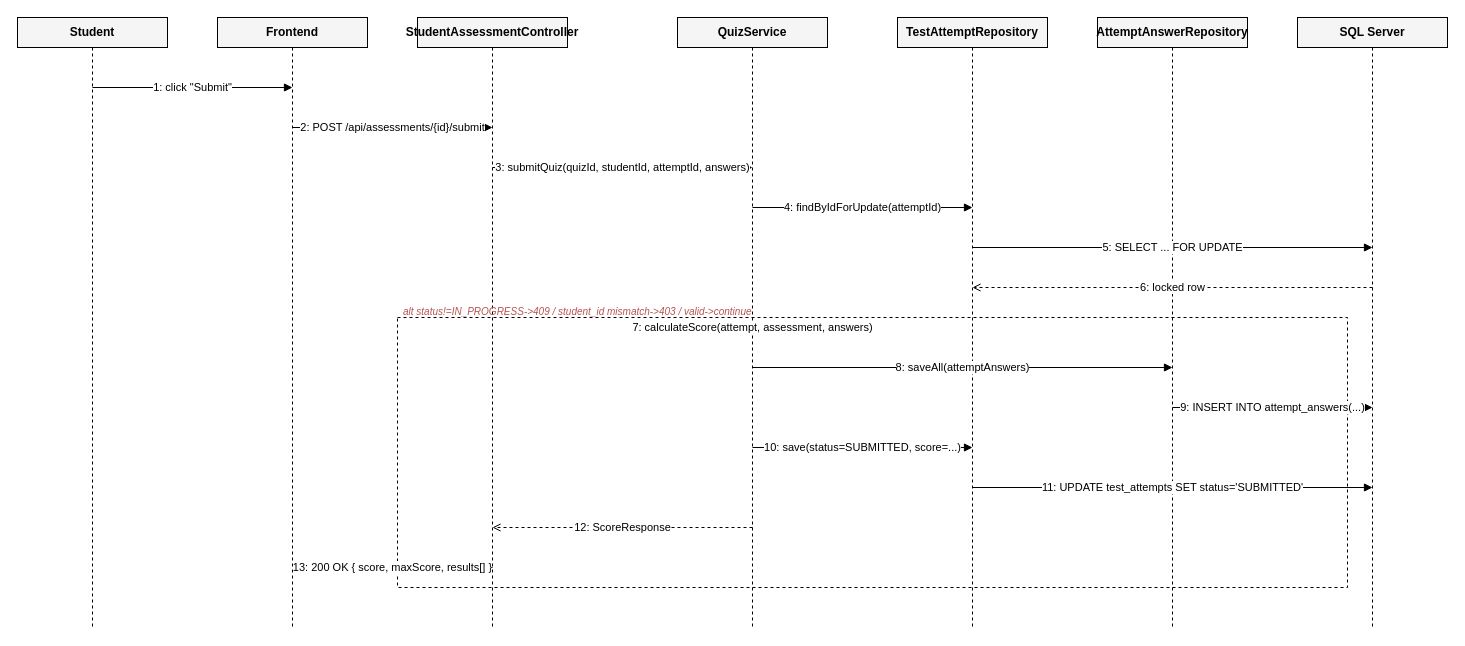
This is docs/07-Release-Documents/diagrams/sds/seq-quiz.drawio from hung02042005/Japanese-Skill-Practice-Platform, a draw.io file, before an edit. Source tidied: cells renumbered, new cells numbered last; positions are measured from the earlier drawing's top-left corner, leaving out a move shared by most shapes. Both pictures are drawn from the tidied source at 100%, with x=0, y=0 at pixel (17, 17).
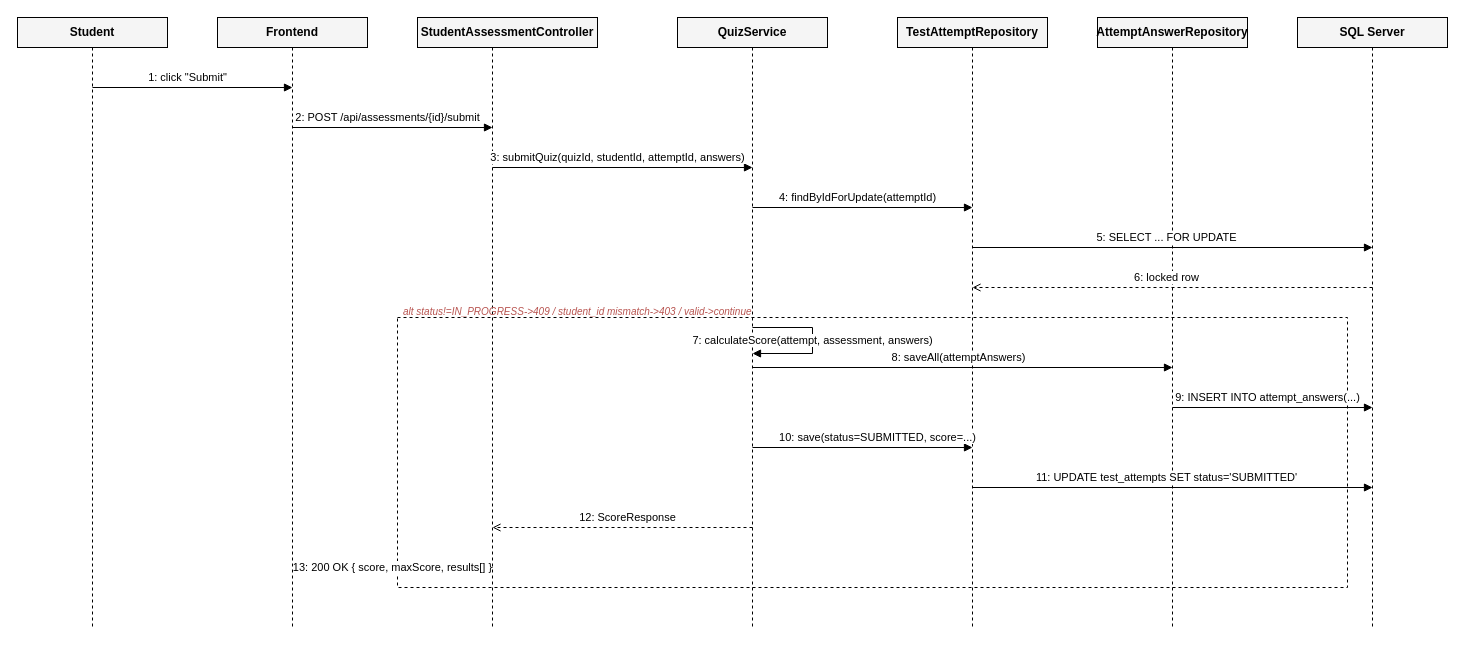
After the change.

Diff of the diagram source:
```diff
@@
     <mxCell id="6" value="StudentAssessmentController" style="rounded=0;whiteSpace=wrap;html=1;fillColor=#f5f5f5;fontStyle=1;" parent="1" vertex="1">
-      <mxGeometry x="400" width="150" height="30" as="geometry" />
+      <mxGeometry x="400" width="180" height="30" as="geometry" />
     </mxCell>
@@
     <mxCell id="18" value="1: click &quot;Submit&quot;" style="html=1;endArrow=block;fontSize=11;" parent="1" edge="1">
-      <mxGeometry relative="1" as="geometry">
+      <mxGeometry x="-0.05" y="10" relative="1" as="geometry">
         <mxPoint x="75" y="70" as="sourcePoint" />
         <mxPoint x="275" y="70" as="targetPoint" />
       </mxGeometry>
     </mxCell>
     <mxCell id="19" value="2: POST /api/assessments/{id}/submit" style="html=1;endArrow=block;fontSize=11;" parent="1" edge="1">
-      <mxGeometry relative="1" as="geometry">
+      <mxGeometry x="-0.05" y="10" relative="1" as="geometry">
         <mxPoint x="275" y="110" as="sourcePoint" />
         <mxPoint x="475" y="110" as="targetPoint" />
       </mxGeometry>
     </mxCell>
     <mxCell id="20" value="3: submitQuiz(quizId, studentId, attemptId, answers)" style="html=1;endArrow=block;fontSize=11;" parent="1" edge="1">
-      <mxGeometry relative="1" as="geometry">
+      <mxGeometry x="-0.04" y="10" relative="1" as="geometry">
         <mxPoint x="475" y="150" as="sourcePoint" />
         <mxPoint x="735" y="150" as="targetPoint" />
       </mxGeometry>
     </mxCell>
     <mxCell id="21" value="4: findByIdForUpdate(attemptId)" style="html=1;endArrow=block;fontSize=11;" parent="1" edge="1">
-      <mxGeometry relative="1" as="geometry">
+      <mxGeometry x="-0.05" y="10" relative="1" as="geometry">
         <mxPoint x="735" y="190" as="sourcePoint" />
         <mxPoint x="955" y="190" as="targetPoint" />
       </mxGeometry>
     </mxCell>
     <mxCell id="22" value="5: SELECT ... FOR UPDATE" style="html=1;endArrow=block;fontSize=11;" parent="1" edge="1">
-      <mxGeometry relative="1" as="geometry">
+      <mxGeometry x="-0.03" y="10" relative="1" as="geometry">
         <mxPoint x="955" y="230" as="sourcePoint" />
         <mxPoint x="1355" y="230" as="targetPoint" />
       </mxGeometry>
     </mxCell>
     <mxCell id="23" value="6: locked row" style="html=1;endArrow=open;dashed=1;fontSize=11;" parent="1" edge="1">
-      <mxGeometry relative="1" as="geometry">
+      <mxGeometry x="0.03" y="-10" relative="1" as="geometry">
         <mxPoint x="1355" y="270" as="sourcePoint" />
         <mxPoint x="955" y="270" as="targetPoint" />
       </mxGeometry>
     </mxCell>
-    <mxCell id="24" value="7: calculateScore(attempt, assessment, answers)" style="html=1;endArrow=block;fontSize=11;" parent="1" edge="1">
+    <mxCell id="24" value="7: calculateScore(attempt, assessment, answers)" style="html=1;endArrow=block;fontSize=11;rounded=0;" parent="1" edge="1">
       <mxGeometry relative="1" as="geometry">
         <mxPoint x="735" y="310" as="sourcePoint" />
-        <mxPoint x="735" y="310" as="targetPoint" />
+        <mxPoint x="735" y="336" as="targetPoint" />
+        <Array as="points">
+          <mxPoint x="795" y="310" />
+          <mxPoint x="795" y="336" />
+        </Array>
       </mxGeometry>
     </mxCell>
     <mxCell id="25" value="8: saveAll(attemptAnswers)" style="html=1;endArrow=block;fontSize=11;" parent="1" edge="1">
-      <mxGeometry relative="1" as="geometry">
+      <mxGeometry x="-0.02" y="10" relative="1" as="geometry">
         <mxPoint x="735" y="350" as="sourcePoint" />
         <mxPoint x="1155" y="350" as="targetPoint" />
       </mxGeometry>
     </mxCell>
     <mxCell id="26" value="9: INSERT INTO attempt_answers(...)" style="html=1;endArrow=block;fontSize=11;" parent="1" edge="1">
-      <mxGeometry relative="1" as="geometry">
+      <mxGeometry x="-0.05" y="10" relative="1" as="geometry">
         <mxPoint x="1155" y="390" as="sourcePoint" />
         <mxPoint x="1355" y="390" as="targetPoint" />
       </mxGeometry>
     </mxCell>
     <mxCell id="27" value="10: save(status=SUBMITTED, score=...)" style="html=1;endArrow=block;fontSize=11;" parent="1" edge="1">
-      <mxGeometry relative="1" as="geometry">
+      <mxGeometry x="0.14" y="10" relative="1" as="geometry">
         <mxPoint x="735" y="430" as="sourcePoint" />
         <mxPoint x="955" y="430" as="targetPoint" />
       </mxGeometry>
     </mxCell>
     <mxCell id="28" value="11: UPDATE test_attempts SET status='SUBMITTED'" style="html=1;endArrow=block;fontSize=11;" parent="1" edge="1">
-      <mxGeometry relative="1" as="geometry">
+      <mxGeometry x="-0.03" y="10" relative="1" as="geometry">
         <mxPoint x="955" y="470" as="sourcePoint" />
         <mxPoint x="1355" y="470" as="targetPoint" />
       </mxGeometry>
     </mxCell>
     <mxCell id="29" value="12: ScoreResponse" style="html=1;endArrow=open;dashed=1;fontSize=11;" parent="1" edge="1">
-      <mxGeometry relative="1" as="geometry">
+      <mxGeometry x="-0.04" y="-10" relative="1" as="geometry">
         <mxPoint x="735" y="510" as="sourcePoint" />
         <mxPoint x="475" y="510" as="targetPoint" />
       </mxGeometry>
     </mxCell>
```
